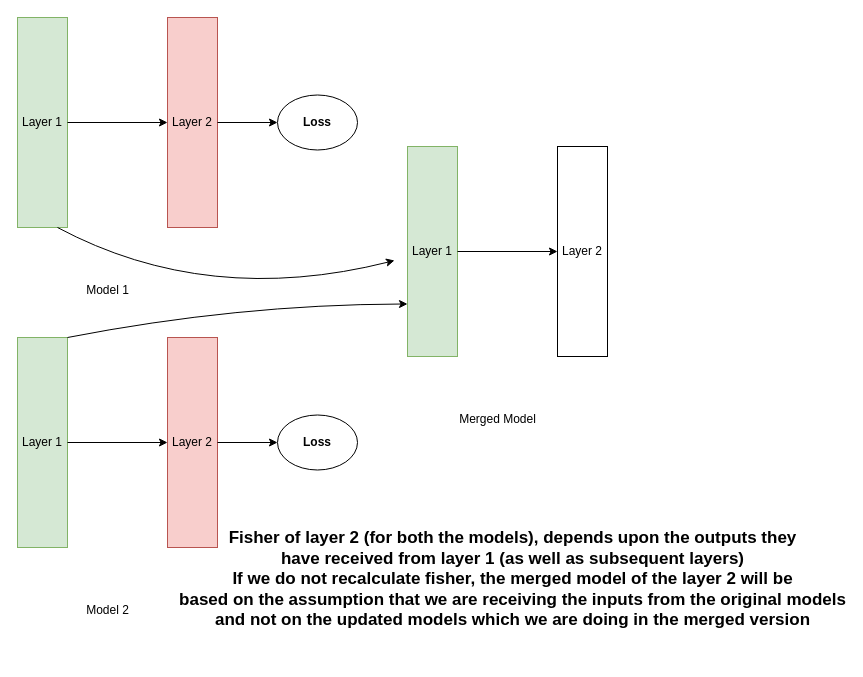
This is why layerwise fisher recalculation.drawio from babangain/drawio, a draw.io file, before an edit. Source tidied: cells renumbered, new cells numbered last; positions are measured from the earlier drawing's top-left corner, leaving out a move shared by most shapes. Both pictures are drawn from the tidied source at 100%, with x=0, y=0 at pixel (17, 17).
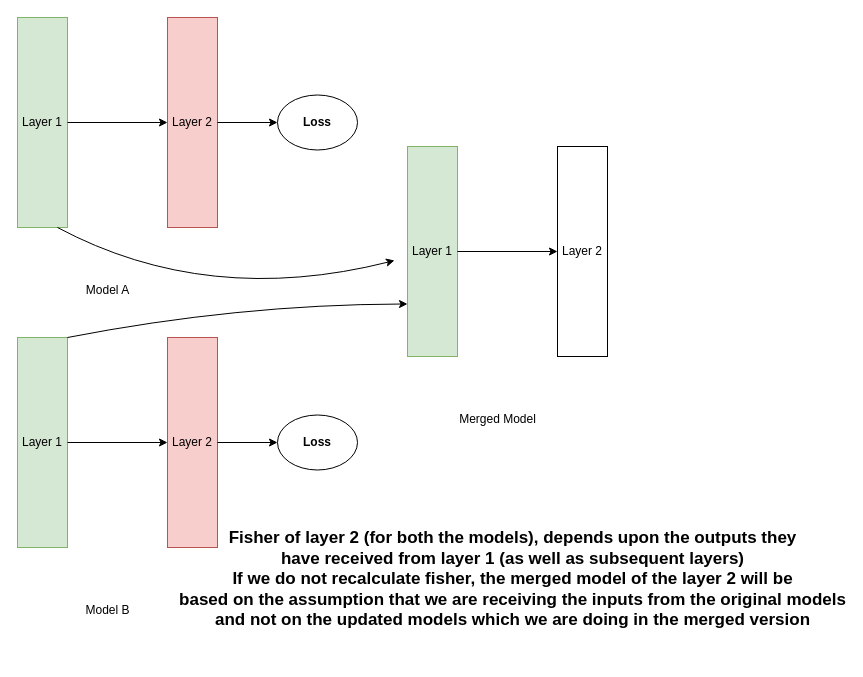
After the change.

The edit, as a diff of the source:
```diff
@@
-    <mxCell id="5" value="Model 1" style="text;html=1;align=center;verticalAlign=middle;strokeColor=none;fillColor=none;" parent="1" vertex="1">
+    <mxCell id="5" value="Model A" style="text;html=1;align=center;verticalAlign=middle;strokeColor=none;fillColor=none;" parent="1" vertex="1">
       <mxGeometry x="55" y="258" width="70" height="30" as="geometry" />
     </mxCell>
@@
-    <mxCell id="9" value="Model 2" style="text;html=1;align=center;verticalAlign=middle;strokeColor=none;fillColor=none;" parent="1" vertex="1">
+    <mxCell id="9" value="Model B" style="text;html=1;align=center;verticalAlign=middle;strokeColor=none;fillColor=none;" parent="1" vertex="1">
       <mxGeometry x="55" y="578" width="70" height="30" as="geometry" />
     </mxCell>
```
